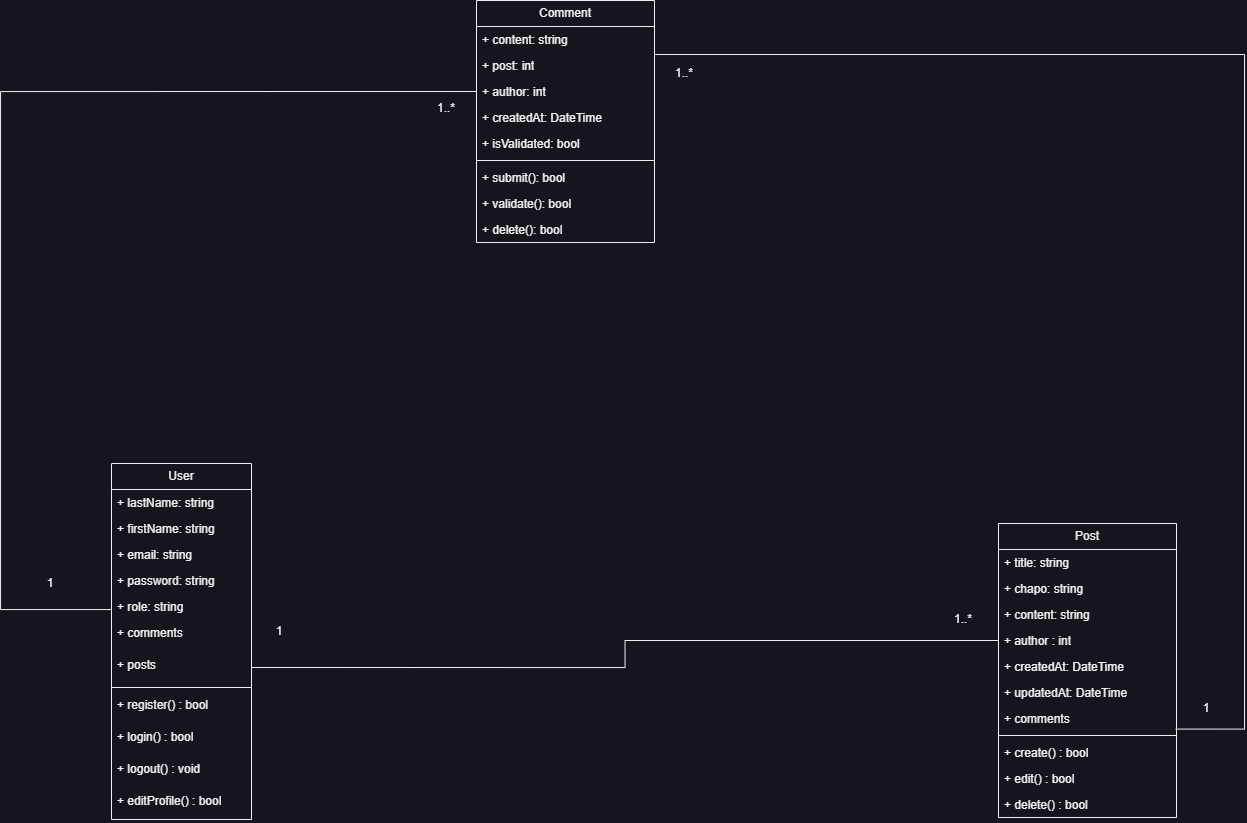
Before: Diagrammes_UML/Diagramme de classe blog PHP.png, a diagram exported from draw.io (Adrien1988/OcProjectPhpBlog). Source tidied: cells renumbered, new cells last; positions are measured from the earlier drawing's top-left corner, leaving out a move shared by most shapes.
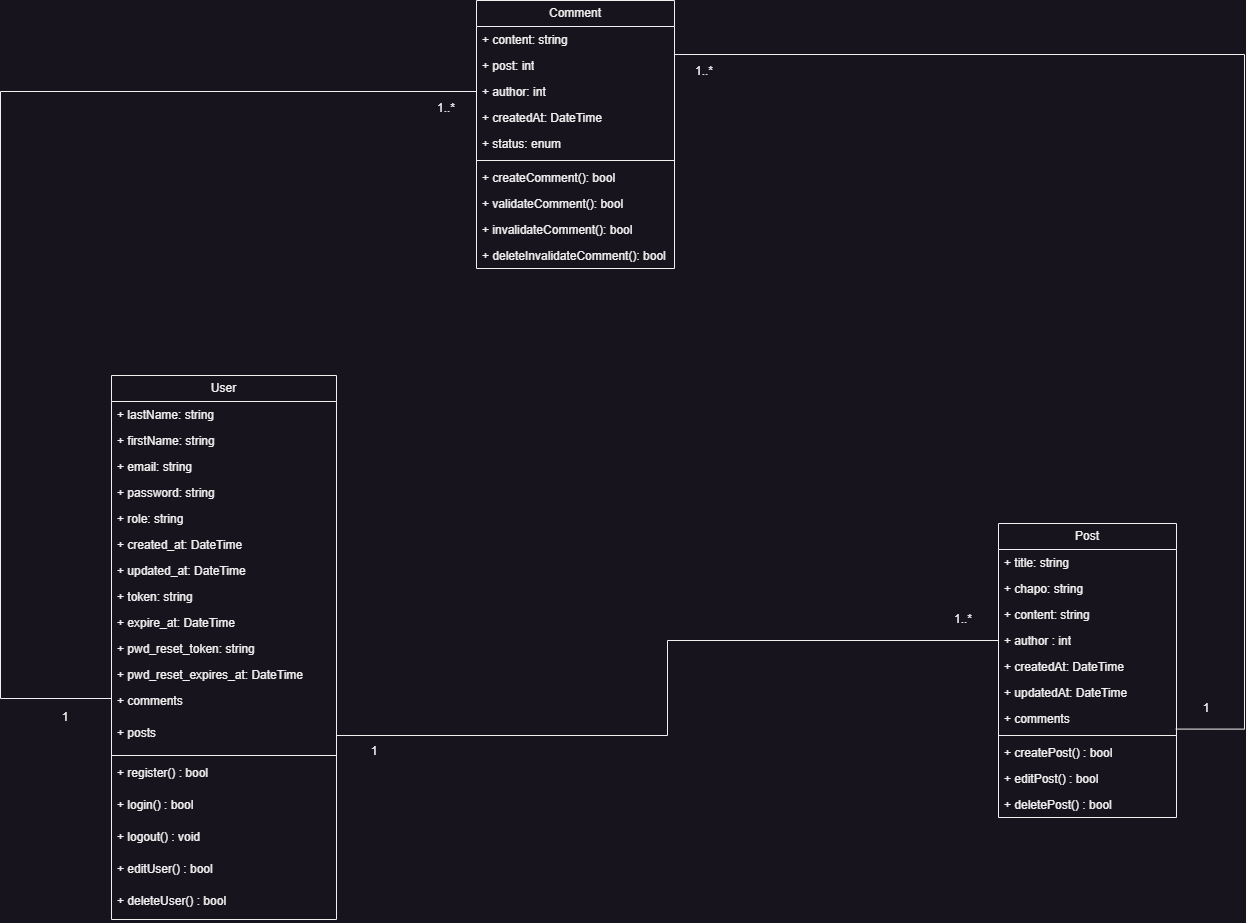
Above is the later version.

The edit, as a diff of the source:
```diff
@@ -3,44 +3,65 @@
     <mxCell id="0" />
     <mxCell id="1" parent="0" />
     <mxCell id="2" value="User" style="swimlane;fontStyle=0;horizontal=1;startSize=26;fillColor=none;whiteSpace=wrap;html=1;" parent="1" vertex="1">
-      <mxGeometry x="111" y="463" width="140" height="356" as="geometry" />
+      <mxGeometry x="111" y="375" width="225" height="544" as="geometry" />
     </mxCell>
     <mxCell id="3" value="+ lastName: string" style="text;strokeColor=none;fillColor=none;align=left;verticalAlign=top;spacingLeft=4;spacingRight=4;overflow=hidden;whiteSpace=wrap;html=1;" parent="2" vertex="1">
-      <mxGeometry y="26" width="140" height="26" as="geometry" />
+      <mxGeometry y="26" width="225" height="26" as="geometry" />
     </mxCell>
     <mxCell id="4" value="+ firstName: string" style="text;strokeColor=none;fillColor=none;align=left;verticalAlign=top;spacingLeft=4;spacingRight=4;overflow=hidden;whiteSpace=wrap;html=1;" parent="2" vertex="1">
-      <mxGeometry y="52" width="140" height="26" as="geometry" />
+      <mxGeometry y="52" width="225" height="26" as="geometry" />
     </mxCell>
     <mxCell id="5" value="+ email: string" style="text;strokeColor=none;fillColor=none;align=left;verticalAlign=top;spacingLeft=4;spacingRight=4;overflow=hidden;whiteSpace=wrap;html=1;" parent="2" vertex="1">
-      <mxGeometry y="78" width="140" height="26" as="geometry" />
+      <mxGeometry y="78" width="225" height="26" as="geometry" />
     </mxCell>
     <mxCell id="6" value="+ password: string" style="text;strokeColor=none;fillColor=none;align=left;verticalAlign=top;spacingLeft=4;spacingRight=4;overflow=hidden;whiteSpace=wrap;html=1;" parent="2" vertex="1">
-      <mxGeometry y="104" width="140" height="26" as="geometry" />
+      <mxGeometry y="104" width="225" height="26" as="geometry" />
     </mxCell>
     <mxCell id="7" value="+ role: string" style="text;strokeColor=none;fillColor=none;align=left;verticalAlign=top;spacingLeft=4;spacingRight=4;overflow=hidden;whiteSpace=wrap;html=1;" parent="2" vertex="1">
-      <mxGeometry y="130" width="140" height="26" as="geometry" />
+      <mxGeometry y="130" width="225" height="26" as="geometry" />
     </mxCell>
+    <mxCell id="46" value="+ created_at: DateTime" style="text;strokeColor=none;fillColor=none;align=left;verticalAlign=top;spacingLeft=4;spacingRight=4;overflow=hidden;whiteSpace=wrap;html=1;" parent="2" vertex="1">
+      <mxGeometry y="156" width="225" height="26" as="geometry" />
+    </mxCell>
+    <mxCell id="47" value="+ updated_at: DateTime" style="text;strokeColor=none;fillColor=none;align=left;verticalAlign=top;spacingLeft=4;spacingRight=4;overflow=hidden;whiteSpace=wrap;html=1;" parent="2" vertex="1">
+      <mxGeometry y="182" width="225" height="26" as="geometry" />
+    </mxCell>
+    <mxCell id="48" value="+ token: string" style="text;strokeColor=none;fillColor=none;align=left;verticalAlign=top;spacingLeft=4;spacingRight=4;overflow=hidden;whiteSpace=wrap;html=1;" parent="2" vertex="1">
+      <mxGeometry y="208" width="225" height="26" as="geometry" />
+    </mxCell>
+    <mxCell id="49" value="+ expire_at: DateTime" style="text;strokeColor=none;fillColor=none;align=left;verticalAlign=top;spacingLeft=4;spacingRight=4;overflow=hidden;whiteSpace=wrap;html=1;" parent="2" vertex="1">
+      <mxGeometry y="234" width="225" height="26" as="geometry" />
+    </mxCell>
+    <mxCell id="50" value="+ pwd_reset_token: string" style="text;strokeColor=none;fillColor=none;align=left;verticalAlign=top;spacingLeft=4;spacingRight=4;overflow=hidden;whiteSpace=wrap;html=1;" parent="2" vertex="1">
+      <mxGeometry y="260" width="225" height="26" as="geometry" />
+    </mxCell>
+    <mxCell id="51" value="+ pwd_reset_expires_at: DateTime" style="text;strokeColor=none;fillColor=none;align=left;verticalAlign=top;spacingLeft=4;spacingRight=4;overflow=hidden;whiteSpace=wrap;html=1;" parent="2" vertex="1">
+      <mxGeometry y="286" width="225" height="26" as="geometry" />
+    </mxCell>
     <mxCell id="8" value="&lt;div&gt;+ comments&lt;/div&gt;" style="text;strokeColor=none;fillColor=none;align=left;verticalAlign=top;spacingLeft=4;spacingRight=4;overflow=hidden;points=[[0,0.5],[1,0.5]];portConstraint=eastwest;whiteSpace=wrap;html=1;" parent="2" vertex="1">
-      <mxGeometry y="156" width="140" height="32" as="geometry" />
+      <mxGeometry y="312" width="225" height="32" as="geometry" />
     </mxCell>
     <mxCell id="9" value="&lt;div&gt;+ posts&lt;/div&gt;" style="text;strokeColor=none;fillColor=none;align=left;verticalAlign=top;spacingLeft=4;spacingRight=4;overflow=hidden;points=[[0,0.5],[1,0.5]];portConstraint=eastwest;whiteSpace=wrap;html=1;" parent="2" vertex="1">
-      <mxGeometry y="188" width="140" height="32" as="geometry" />
+      <mxGeometry y="344" width="225" height="32" as="geometry" />
     </mxCell>
     <mxCell id="10" style="line;strokeWidth=1;fillColor=none;align=left;verticalAlign=middle;spacingTop=-1;spacingLeft=3;spacingRight=3;labelPosition=right;strokeColor=inherit;" parent="2" vertex="1">
-      <mxGeometry y="220" width="140" height="8" as="geometry" />
+      <mxGeometry y="376" width="225" height="8" as="geometry" />
     </mxCell>
     <mxCell id="11" value="&lt;div&gt;+ register() : bool&lt;/div&gt;" style="text;strokeColor=none;fillColor=none;align=left;verticalAlign=top;spacingLeft=4;spacingRight=4;overflow=hidden;whiteSpace=wrap;html=1;" parent="2" vertex="1">
-      <mxGeometry y="228" width="140" height="32" as="geometry" />
+      <mxGeometry y="384" width="225" height="32" as="geometry" />
     </mxCell>
     <mxCell id="12" value="&lt;div&gt;+ login() : bool&lt;/div&gt;" style="text;strokeColor=none;fillColor=none;align=left;verticalAlign=top;spacingLeft=4;spacingRight=4;overflow=hidden;whiteSpace=wrap;html=1;" parent="2" vertex="1">
-      <mxGeometry y="260" width="140" height="32" as="geometry" />
+      <mxGeometry y="416" width="225" height="32" as="geometry" />
     </mxCell>
     <mxCell id="13" value="&lt;div&gt;+ logout() : void&lt;/div&gt;" style="text;strokeColor=none;fillColor=none;align=left;verticalAlign=top;spacingLeft=4;spacingRight=4;overflow=hidden;whiteSpace=wrap;html=1;" parent="2" vertex="1">
-      <mxGeometry y="292" width="140" height="32" as="geometry" />
+      <mxGeometry y="448" width="225" height="32" as="geometry" />
     </mxCell>
-    <mxCell id="14" value="&lt;div&gt;+ editProfile() : bool&lt;/div&gt;" style="text;strokeColor=none;fillColor=none;align=left;verticalAlign=top;spacingLeft=4;spacingRight=4;overflow=hidden;whiteSpace=wrap;html=1;" parent="2" vertex="1">
-      <mxGeometry y="324" width="140" height="32" as="geometry" />
+    <mxCell id="14" value="&lt;div&gt;+ editUser() : bool&lt;/div&gt;" style="text;strokeColor=none;fillColor=none;align=left;verticalAlign=top;spacingLeft=4;spacingRight=4;overflow=hidden;whiteSpace=wrap;html=1;" parent="2" vertex="1">
+      <mxGeometry y="480" width="225" height="32" as="geometry" />
     </mxCell>
+    <mxCell id="52" value="&lt;div&gt;+ deleteUser() : bool&lt;/div&gt;" style="text;strokeColor=none;fillColor=none;align=left;verticalAlign=top;spacingLeft=4;spacingRight=4;overflow=hidden;whiteSpace=wrap;html=1;" parent="2" vertex="1">
+      <mxGeometry y="512" width="225" height="32" as="geometry" />
+    </mxCell>
     <mxCell id="15" value="Post" style="swimlane;fontStyle=0;horizontal=1;startSize=26;fillColor=none;whiteSpace=wrap;html=1;" parent="1" vertex="1">
       <mxGeometry x="998" y="523" width="178" height="294" as="geometry" />
     </mxCell>
@@ -68,44 +89,47 @@
     <mxCell id="23" style="line;strokeWidth=1;fillColor=none;align=left;verticalAlign=middle;spacingTop=-1;spacingLeft=3;spacingRight=3;labelPosition=right;strokeColor=inherit;" parent="15" vertex="1">
       <mxGeometry y="208" width="178" height="8" as="geometry" />
     </mxCell>
-    <mxCell id="24" value="+ create() : bool" style="text;strokeColor=none;fillColor=none;align=left;verticalAlign=top;spacingLeft=4;spacingRight=4;overflow=hidden;whiteSpace=wrap;html=1;" parent="15" vertex="1">
+    <mxCell id="24" value="+ createPost() : bool" style="text;strokeColor=none;fillColor=none;align=left;verticalAlign=top;spacingLeft=4;spacingRight=4;overflow=hidden;whiteSpace=wrap;html=1;" parent="15" vertex="1">
       <mxGeometry y="216" width="178" height="26" as="geometry" />
     </mxCell>
-    <mxCell id="25" value="+ edit() : bool" style="text;strokeColor=none;fillColor=none;align=left;verticalAlign=top;spacingLeft=4;spacingRight=4;overflow=hidden;whiteSpace=wrap;html=1;" parent="15" vertex="1">
+    <mxCell id="25" value="+ editPost() : bool" style="text;strokeColor=none;fillColor=none;align=left;verticalAlign=top;spacingLeft=4;spacingRight=4;overflow=hidden;whiteSpace=wrap;html=1;" parent="15" vertex="1">
       <mxGeometry y="242" width="178" height="26" as="geometry" />
     </mxCell>
-    <mxCell id="26" value="+ delete() : bool" style="text;strokeColor=none;fillColor=none;align=left;verticalAlign=top;spacingLeft=4;spacingRight=4;overflow=hidden;whiteSpace=wrap;html=1;" parent="15" vertex="1">
+    <mxCell id="26" value="+ deletePost() : bool" style="text;strokeColor=none;fillColor=none;align=left;verticalAlign=top;spacingLeft=4;spacingRight=4;overflow=hidden;whiteSpace=wrap;html=1;" parent="15" vertex="1">
       <mxGeometry y="268" width="178" height="26" as="geometry" />
     </mxCell>
     <mxCell id="27" value="Comment" style="swimlane;fontStyle=0;horizontal=1;startSize=26;fillColor=none;whiteSpace=wrap;html=1;" parent="1" vertex="1">
-      <mxGeometry x="476" width="178" height="242" as="geometry" />
+      <mxGeometry x="476" width="198" height="268" as="geometry" />
     </mxCell>
     <mxCell id="28" value="+ content: string" style="text;strokeColor=none;fillColor=none;align=left;verticalAlign=top;spacingLeft=4;spacingRight=4;overflow=hidden;whiteSpace=wrap;html=1;" parent="27" vertex="1">
-      <mxGeometry y="26" width="178" height="26" as="geometry" />
+      <mxGeometry y="26" width="198" height="26" as="geometry" />
     </mxCell>
     <mxCell id="29" value="+ post: int" style="text;strokeColor=none;fillColor=none;align=left;verticalAlign=top;spacingLeft=4;spacingRight=4;overflow=hidden;points=[[0,0.5],[1,0.5]];portConstraint=eastwest;whiteSpace=wrap;html=1;" parent="27" vertex="1">
-      <mxGeometry y="52" width="178" height="26" as="geometry" />
+      <mxGeometry y="52" width="198" height="26" as="geometry" />
     </mxCell>
     <mxCell id="30" value="+ author: int" style="text;strokeColor=none;fillColor=none;align=left;verticalAlign=top;spacingLeft=4;spacingRight=4;overflow=hidden;points=[[0,0.5],[1,0.5]];portConstraint=eastwest;whiteSpace=wrap;html=1;" parent="27" vertex="1">
-      <mxGeometry y="78" width="178" height="26" as="geometry" />
+      <mxGeometry y="78" width="198" height="26" as="geometry" />
     </mxCell>
     <mxCell id="31" value="+ createdAt: DateTime" style="text;strokeColor=none;fillColor=none;align=left;verticalAlign=top;spacingLeft=4;spacingRight=4;overflow=hidden;whiteSpace=wrap;html=1;" parent="27" vertex="1">
-      <mxGeometry y="104" width="178" height="26" as="geometry" />
+      <mxGeometry y="104" width="198" height="26" as="geometry" />
     </mxCell>
-    <mxCell id="32" value="+ isValidated: bool" style="text;strokeColor=none;fillColor=none;align=left;verticalAlign=top;spacingLeft=4;spacingRight=4;overflow=hidden;whiteSpace=wrap;html=1;" parent="27" vertex="1">
-      <mxGeometry y="130" width="178" height="26" as="geometry" />
+    <mxCell id="32" value="+ status: enum" style="text;strokeColor=none;fillColor=none;align=left;verticalAlign=top;spacingLeft=4;spacingRight=4;overflow=hidden;whiteSpace=wrap;html=1;" parent="27" vertex="1">
+      <mxGeometry y="130" width="198" height="26" as="geometry" />
     </mxCell>
     <mxCell id="33" style="line;strokeWidth=1;fillColor=none;align=left;verticalAlign=middle;spacingTop=-1;spacingLeft=3;spacingRight=3;labelPosition=right;strokeColor=inherit;" parent="27" vertex="1">
-      <mxGeometry y="156" width="178" height="8" as="geometry" />
+      <mxGeometry y="156" width="198" height="8" as="geometry" />
     </mxCell>
-    <mxCell id="34" value="+ submit(): bool" style="text;strokeColor=none;fillColor=none;align=left;verticalAlign=top;spacingLeft=4;spacingRight=4;overflow=hidden;whiteSpace=wrap;html=1;" parent="27" vertex="1">
-      <mxGeometry y="164" width="178" height="26" as="geometry" />
+    <mxCell id="34" value="+ createComment(): bool" style="text;strokeColor=none;fillColor=none;align=left;verticalAlign=top;spacingLeft=4;spacingRight=4;overflow=hidden;whiteSpace=wrap;html=1;" parent="27" vertex="1">
+      <mxGeometry y="164" width="198" height="26" as="geometry" />
     </mxCell>
-    <mxCell id="35" value="+ validate(): bool" style="text;strokeColor=none;fillColor=none;align=left;verticalAlign=top;spacingLeft=4;spacingRight=4;overflow=hidden;whiteSpace=wrap;html=1;" parent="27" vertex="1">
-      <mxGeometry y="190" width="178" height="26" as="geometry" />
+    <mxCell id="35" value="+ validateComment(): bool" style="text;strokeColor=none;fillColor=none;align=left;verticalAlign=top;spacingLeft=4;spacingRight=4;overflow=hidden;whiteSpace=wrap;html=1;" parent="27" vertex="1">
+      <mxGeometry y="190" width="198" height="26" as="geometry" />
     </mxCell>
+    <mxCell id="53" value="+ invalidateComment(): bool" style="text;strokeColor=none;fillColor=none;align=left;verticalAlign=top;spacingLeft=4;spacingRight=4;overflow=hidden;whiteSpace=wrap;html=1;" parent="27" vertex="1">
+      <mxGeometry y="216" width="198" height="26" as="geometry" />
+    </mxCell>
-    <mxCell id="36" value="+ delete(): bool" style="text;strokeColor=none;fillColor=none;align=left;verticalAlign=top;spacingLeft=4;spacingRight=4;overflow=hidden;whiteSpace=wrap;html=1;" parent="27" vertex="1">
-      <mxGeometry y="216" width="178" height="26" as="geometry" />
+    <mxCell id="36" value="+ deleteInvalidateComment(): bool" style="text;strokeColor=none;fillColor=none;align=left;verticalAlign=top;spacingLeft=4;spacingRight=4;overflow=hidden;whiteSpace=wrap;html=1;" parent="27" vertex="1">
+      <mxGeometry y="242" width="198" height="26" as="geometry" />
     </mxCell>
     <mxCell id="37" style="endArrow=none;html=1;rounded=0;exitX=1;exitY=0.5;exitDx=0;exitDy=0;entryX=0;entryY=0.5;entryDx=0;entryDy=0;edgeStyle=orthogonalEdgeStyle;" parent="1" edge="1" source="9" target="19">
       <mxGeometry relative="1" as="geometry" />
@@ -114,7 +138,7 @@
       <mxGeometry x="933" y="604" width="60" height="30" as="geometry" />
     </mxCell>
     <mxCell id="39" value="1" style="text;html=1;align=center;verticalAlign=middle;whiteSpace=wrap;rounded=0;" parent="1" vertex="1">
-      <mxGeometry x="249" y="616" width="60" height="30" as="geometry" />
+      <mxGeometry x="344" y="736" width="60" height="30" as="geometry" />
     </mxCell>
     <mxCell id="40" style="endArrow=none;html=1;rounded=0;exitX=0.999;exitY=0.077;exitDx=0;exitDy=0;entryX=0.996;entryY=0.907;entryDx=0;entryDy=0;exitPerimeter=0;edgeStyle=orthogonalEdgeStyle;entryPerimeter=0;" parent="1" edge="1" source="29" target="22">
       <mxGeometry relative="1" as="geometry">
@@ -128,7 +152,8 @@
       <mxGeometry relative="1" as="geometry">
         <Array as="points">
           <mxPoint y="91" />
-          <mxPoint y="609" />
+          <mxPoint y="698" />
+          <mxPoint x="111" y="698" />
         </Array>
       </mxGeometry>
     </mxCell>
@@ -136,10 +161,10 @@
       <mxGeometry x="416" y="93" width="60" height="30" as="geometry" />
     </mxCell>
     <mxCell id="43" value="1" style="text;html=1;align=center;verticalAlign=middle;whiteSpace=wrap;rounded=0;" parent="1" vertex="1">
-      <mxGeometry x="20" y="568" width="60" height="30" as="geometry" />
+      <mxGeometry x="35" y="702" width="60" height="30" as="geometry" />
     </mxCell>
     <mxCell id="44" value="1..*" style="text;html=1;align=center;verticalAlign=middle;whiteSpace=wrap;rounded=0;" parent="1" vertex="1">
-      <mxGeometry x="654" y="58" width="60" height="30" as="geometry" />
+      <mxGeometry x="674" y="56" width="60" height="30" as="geometry" />
     </mxCell>
     <mxCell id="45" value="1" style="text;html=1;align=center;verticalAlign=middle;whiteSpace=wrap;rounded=0;" parent="1" vertex="1">
       <mxGeometry x="1176" y="693" width="60" height="30" as="geometry" />
```
